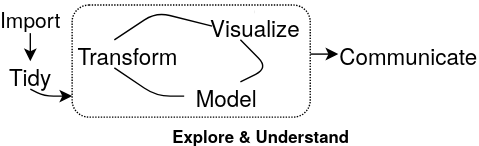
cpsievert/plotly_book keeps this draw.io diagram as docs/images/workflow.svg. Above is the earlier version. Source tidied: cells renumbered, new cells last; positions are measured from the earlier drawing's top-left corner, leaving out a move shared by most shapes. Source of this version:
```xml
<mxGraphModel background="#ffffff">
  <root>
    <mxCell id="0" />
    <mxCell id="1" parent="0" />
    <mxCell id="2" value="&lt;font style=&quot;font-size: 15px&quot;&gt;Import&lt;/font&gt;" style="text;html=1;strokeColor=none;fillColor=none;align=center;verticalAlign=middle;whiteSpace=wrap;rounded=1;shadow=0;glass=0;dashed=1;dashPattern=1 1;fontColor=#000000;fontFamily=Helvetica Neue;" parent="1" vertex="1">
      <mxGeometry width="40" height="20" as="geometry" />
    </mxCell>
    <mxCell id="3" value="&lt;font style=&quot;font-size: 16px&quot;&gt;Tidy&lt;/font&gt;" style="text;html=1;strokeColor=none;fillColor=none;align=center;verticalAlign=middle;whiteSpace=wrap;rounded=1;shadow=0;glass=0;dashed=1;dashPattern=1 1;fontColor=#000000;fontFamily=Helvetica Neue;" parent="1" vertex="1">
      <mxGeometry y="40" width="40" height="20" as="geometry" />
    </mxCell>
    <mxCell id="4" value="&lt;font style=&quot;font-size: 16px&quot;&gt;Transform&lt;/font&gt;" style="text;html=1;strokeColor=none;fillColor=none;align=center;verticalAlign=middle;whiteSpace=wrap;rounded=1;shadow=0;glass=0;dashed=1;dashPattern=1 1;fontColor=#000000;fontFamily=Helvetica Neue;" parent="1" vertex="1">
      <mxGeometry x="70" y="25" width="40" height="20" as="geometry" />
    </mxCell>
    <mxCell id="5" value="&lt;font style=&quot;font-size: 16px&quot;&gt;Visualize&lt;/font&gt;" style="text;html=1;strokeColor=none;fillColor=none;align=center;verticalAlign=middle;whiteSpace=wrap;rounded=1;shadow=0;glass=0;dashed=1;dashPattern=1 1;fontColor=#000000;fontFamily=Helvetica Neue;" parent="1" vertex="1">
      <mxGeometry x="160" y="5" width="40" height="20" as="geometry" />
    </mxCell>
    <mxCell id="6" value="&lt;font style=&quot;font-size: 16px&quot;&gt;Communicate&lt;/font&gt;" style="text;html=1;strokeColor=none;fillColor=none;align=center;verticalAlign=middle;whiteSpace=wrap;rounded=1;shadow=0;glass=0;dashed=1;dashPattern=1 1;fontColor=#000000;direction=south;fontFamily=Helvetica Neue;" parent="1" vertex="1">
      <mxGeometry x="280" y="15" width="20" height="40" as="geometry" />
    </mxCell>
    <mxCell id="7" style="edgeStyle=orthogonalEdgeStyle;rounded=0;html=1;exitX=0.5;exitY=0;entryX=0.5;entryY=0;dashed=1;jettySize=auto;orthogonalLoop=1;strokeColor=#000000;strokeWidth=2;fontColor=#000000;fontFamily=Helvetica Neue;" parent="1" edge="1" source="5" target="5">
      <mxGeometry relative="1" as="geometry" />
    </mxCell>
    <mxCell id="8" value="&lt;font style=&quot;font-size: 16px&quot;&gt;Model&lt;/font&gt;" style="text;html=1;strokeColor=none;fillColor=none;align=center;verticalAlign=middle;whiteSpace=wrap;rounded=1;shadow=0;glass=0;dashed=1;dashPattern=1 1;fontColor=#000000;fontFamily=Helvetica Neue;" parent="1" vertex="1">
      <mxGeometry x="140" y="55" width="40" height="20" as="geometry" />
    </mxCell>
    <mxCell id="9" style="endArrow=classic;html=1;strokeColor=#000000;strokeWidth=1;fontColor=#000000;entryX=0.5;entryY=0;exitX=0.5;exitY=1;fontFamily=Helvetica Neue;" parent="1" edge="1" source="2" target="3">
      <mxGeometry relative="1" as="geometry" />
    </mxCell>
    <mxCell id="10" value="&lt;font&gt;&lt;b&gt;Explore &amp;amp; Understand&lt;/b&gt;&lt;/font&gt;" style="text;html=1;strokeColor=none;fillColor=none;align=center;verticalAlign=middle;whiteSpace=wrap;rounded=1;shadow=0;glass=0;dashed=1;dashPattern=1 1;fontColor=#000000;direction=south;fontFamily=Helvetica Neue;" parent="1" vertex="1">
      <mxGeometry x="110" y="85" width="150" height="15" as="geometry" />
    </mxCell>
    <mxCell id="11" style="endArrow=none;html=1;strokeColor=#000000;strokeWidth=1;fontColor=#000000;exitX=0.25;exitY=0;endFill=0;fontFamily=Helvetica Neue;" parent="1" edge="1" source="4">
      <mxGeometry relative="1" as="geometry">
        <mxPoint x="150" y="15" as="targetPoint" />
        <Array as="points">
          <mxPoint x="110" y="5" />
        </Array>
      </mxGeometry>
    </mxCell>
    <mxCell id="12" style="endArrow=none;html=1;strokeColor=#000000;strokeWidth=1;fontColor=#000000;entryX=0.25;entryY=1;endFill=0;fontFamily=Helvetica Neue;" parent="1" edge="1" target="4">
      <mxGeometry x="100" y="35" as="geometry">
        <mxPoint x="130" y="65" as="sourcePoint" />
        <Array as="points">
          <mxPoint x="110" y="65" />
        </Array>
      </mxGeometry>
    </mxCell>
    <mxCell id="13" style="endArrow=none;html=1;strokeColor=#000000;strokeWidth=1;fontColor=#000000;exitX=0.25;exitY=1;entryX=0.75;entryY=0;endFill=0;fontFamily=Helvetica Neue;" parent="1" edge="1" source="5" target="8">
      <mxGeometry x="110" y="45" as="geometry">
        <Array as="points">
          <mxPoint x="190" y="45" />
        </Array>
      </mxGeometry>
    </mxCell>
    <mxCell id="14" style="endArrow=classic;html=1;strokeColor=#000000;strokeWidth=1;fontColor=#000000;exitX=0.5;exitY=1;fontFamily=Helvetica Neue;" parent="1" edge="1" source="3">
      <mxGeometry relative="1" as="geometry">
        <mxPoint x="50" y="65" as="targetPoint" />
        <Array as="points">
          <mxPoint x="30" y="65" />
        </Array>
      </mxGeometry>
    </mxCell>
    <mxCell id="15" style="endArrow=classic;html=1;strokeColor=#000000;strokeWidth=1;fontColor=#000000;exitX=1;exitY=0.5;fontFamily=Helvetica Neue;" parent="1" edge="1">
      <mxGeometry x="40" y="45" as="geometry">
        <mxPoint x="220" y="35" as="sourcePoint" />
        <mxPoint x="240" y="35" as="targetPoint" />
      </mxGeometry>
    </mxCell>
    <mxCell id="16" style="rounded=1;whiteSpace=wrap;html=1;shadow=0;glass=0;dashed=1;dashPattern=1 1;strokeColor=#000000;strokeWidth=1;fillColor=none;gradientColor=none;fontColor=#000000;fontFamily=Helvetica Neue;" parent="1" vertex="1">
      <mxGeometry x="50" width="170" height="80" as="geometry" />
    </mxCell>
  </root>
</mxGraphModel>
```
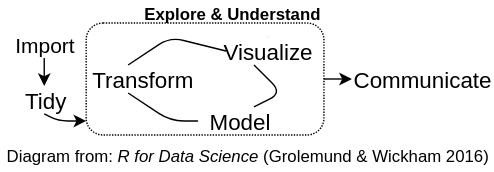
Later version of the same file.

Diff of the diagram source:
```diff
@@ -2,34 +2,34 @@
   <root>
     <mxCell id="0" />
     <mxCell id="1" parent="0" />
-    <mxCell id="2" value="&lt;font style=&quot;font-size: 15px&quot;&gt;Import&lt;/font&gt;" style="text;html=1;strokeColor=none;fillColor=none;align=center;verticalAlign=middle;whiteSpace=wrap;rounded=1;shadow=0;glass=0;dashed=1;dashPattern=1 1;fontColor=#000000;fontFamily=Helvetica Neue;" parent="1" vertex="1">
+    <mxCell id="2" value="&lt;font color=&quot;#000000&quot; style=&quot;font-size: 15px&quot;&gt;Import&lt;/font&gt;" style="text;html=1;strokeColor=none;fillColor=none;align=center;verticalAlign=middle;whiteSpace=wrap;rounded=1;shadow=0;glass=0;dashed=1;dashPattern=1 1;fontColor=#FF2A12;" parent="1" vertex="1">
       <mxGeometry width="40" height="20" as="geometry" />
     </mxCell>
-    <mxCell id="3" value="&lt;font style=&quot;font-size: 16px&quot;&gt;Tidy&lt;/font&gt;" style="text;html=1;strokeColor=none;fillColor=none;align=center;verticalAlign=middle;whiteSpace=wrap;rounded=1;shadow=0;glass=0;dashed=1;dashPattern=1 1;fontColor=#000000;fontFamily=Helvetica Neue;" parent="1" vertex="1">
+    <mxCell id="3" value="&lt;font color=&quot;#000000&quot; style=&quot;font-size: 16px&quot;&gt;Tidy&lt;/font&gt;" style="text;html=1;strokeColor=none;fillColor=none;align=center;verticalAlign=middle;whiteSpace=wrap;rounded=1;shadow=0;glass=0;dashed=1;dashPattern=1 1;fontColor=#FF2A12;" parent="1" vertex="1">
       <mxGeometry y="40" width="40" height="20" as="geometry" />
     </mxCell>
-    <mxCell id="4" value="&lt;font style=&quot;font-size: 16px&quot;&gt;Transform&lt;/font&gt;" style="text;html=1;strokeColor=none;fillColor=none;align=center;verticalAlign=middle;whiteSpace=wrap;rounded=1;shadow=0;glass=0;dashed=1;dashPattern=1 1;fontColor=#000000;fontFamily=Helvetica Neue;" parent="1" vertex="1">
+    <mxCell id="4" value="&lt;font color=&quot;#000000&quot; style=&quot;font-size: 16px&quot;&gt;Transform&lt;/font&gt;" style="text;html=1;strokeColor=none;fillColor=none;align=center;verticalAlign=middle;whiteSpace=wrap;rounded=1;shadow=0;glass=0;dashed=1;dashPattern=1 1;fontColor=#FF2A12;" parent="1" vertex="1">
       <mxGeometry x="70" y="25" width="40" height="20" as="geometry" />
     </mxCell>
-    <mxCell id="5" value="&lt;font style=&quot;font-size: 16px&quot;&gt;Visualize&lt;/font&gt;" style="text;html=1;strokeColor=none;fillColor=none;align=center;verticalAlign=middle;whiteSpace=wrap;rounded=1;shadow=0;glass=0;dashed=1;dashPattern=1 1;fontColor=#000000;fontFamily=Helvetica Neue;" parent="1" vertex="1">
+    <mxCell id="5" value="&lt;font color=&quot;#000000&quot; style=&quot;font-size: 16px&quot;&gt;Visualize&lt;/font&gt;" style="text;html=1;strokeColor=none;fillColor=none;align=center;verticalAlign=middle;whiteSpace=wrap;rounded=1;shadow=0;glass=0;dashed=1;dashPattern=1 1;fontColor=#FF2A12;" parent="1" vertex="1">
       <mxGeometry x="160" y="5" width="40" height="20" as="geometry" />
     </mxCell>
-    <mxCell id="6" value="&lt;font style=&quot;font-size: 16px&quot;&gt;Communicate&lt;/font&gt;" style="text;html=1;strokeColor=none;fillColor=none;align=center;verticalAlign=middle;whiteSpace=wrap;rounded=1;shadow=0;glass=0;dashed=1;dashPattern=1 1;fontColor=#000000;direction=south;fontFamily=Helvetica Neue;" parent="1" vertex="1">
+    <mxCell id="6" value="&lt;font color=&quot;#000000&quot; style=&quot;font-size: 16px&quot;&gt;Communicate&lt;/font&gt;" style="text;html=1;strokeColor=none;fillColor=none;align=center;verticalAlign=middle;whiteSpace=wrap;rounded=1;shadow=0;glass=0;dashed=1;dashPattern=1 1;fontColor=#FF2A12;direction=south;" parent="1" vertex="1">
       <mxGeometry x="280" y="15" width="20" height="40" as="geometry" />
     </mxCell>
-    <mxCell id="7" style="edgeStyle=orthogonalEdgeStyle;rounded=0;html=1;exitX=0.5;exitY=0;entryX=0.5;entryY=0;dashed=1;jettySize=auto;orthogonalLoop=1;strokeColor=#000000;strokeWidth=2;fontColor=#000000;fontFamily=Helvetica Neue;" parent="1" edge="1" source="5" target="5">
+    <mxCell id="7" style="edgeStyle=orthogonalEdgeStyle;rounded=0;html=1;exitX=0.5;exitY=0;entryX=0.5;entryY=0;dashed=1;jettySize=auto;orthogonalLoop=1;strokeColor=#000000;strokeWidth=2;fontColor=#FF2A12;" parent="1" edge="1" source="5" target="5">
       <mxGeometry relative="1" as="geometry" />
     </mxCell>
-    <mxCell id="8" value="&lt;font style=&quot;font-size: 16px&quot;&gt;Model&lt;/font&gt;" style="text;html=1;strokeColor=none;fillColor=none;align=center;verticalAlign=middle;whiteSpace=wrap;rounded=1;shadow=0;glass=0;dashed=1;dashPattern=1 1;fontColor=#000000;fontFamily=Helvetica Neue;" parent="1" vertex="1">
+    <mxCell id="8" value="&lt;font color=&quot;#000000&quot; style=&quot;font-size: 16px&quot;&gt;Model&lt;/font&gt;" style="text;html=1;strokeColor=none;fillColor=none;align=center;verticalAlign=middle;whiteSpace=wrap;rounded=1;shadow=0;glass=0;dashed=1;dashPattern=1 1;fontColor=#FF2A12;" parent="1" vertex="1">
       <mxGeometry x="140" y="55" width="40" height="20" as="geometry" />
     </mxCell>
-    <mxCell id="9" style="endArrow=classic;html=1;strokeColor=#000000;strokeWidth=1;fontColor=#000000;entryX=0.5;entryY=0;exitX=0.5;exitY=1;fontFamily=Helvetica Neue;" parent="1" edge="1" source="2" target="3">
+    <mxCell id="9" style="endArrow=classic;html=1;strokeColor=#000000;strokeWidth=1;fontColor=#FF2A12;entryX=0.5;entryY=0;exitX=0.5;exitY=1;" parent="1" edge="1" source="2" target="3">
       <mxGeometry relative="1" as="geometry" />
     </mxCell>
-    <mxCell id="10" value="&lt;font&gt;&lt;b&gt;Explore &amp;amp; Understand&lt;/b&gt;&lt;/font&gt;" style="text;html=1;strokeColor=none;fillColor=none;align=center;verticalAlign=middle;whiteSpace=wrap;rounded=1;shadow=0;glass=0;dashed=1;dashPattern=1 1;fontColor=#000000;direction=south;fontFamily=Helvetica Neue;" parent="1" vertex="1">
-      <mxGeometry x="110" y="85" width="150" height="15" as="geometry" />
+    <mxCell id="10" value="&lt;font color=&quot;#000000&quot;&gt;&lt;b&gt;Explore &amp;amp; Understand&lt;/b&gt;&lt;/font&gt;" style="text;html=1;strokeColor=none;fillColor=none;align=center;verticalAlign=middle;whiteSpace=wrap;rounded=1;shadow=0;glass=0;dashed=1;dashPattern=1 1;fontColor=#FF2A12;direction=south;" parent="1" vertex="1">
+      <mxGeometry x="80" y="-20" width="150" height="15" as="geometry" />
     </mxCell>
-    <mxCell id="11" style="endArrow=none;html=1;strokeColor=#000000;strokeWidth=1;fontColor=#000000;exitX=0.25;exitY=0;endFill=0;fontFamily=Helvetica Neue;" parent="1" edge="1" source="4">
+    <mxCell id="11" style="endArrow=none;html=1;strokeColor=#000000;strokeWidth=1;fontColor=#FF2A12;exitX=0.25;exitY=0;endFill=0;" parent="1" edge="1" source="4">
       <mxGeometry relative="1" as="geometry">
         <mxPoint x="150" y="15" as="targetPoint" />
         <Array as="points">
@@ -37,7 +37,7 @@
         </Array>
       </mxGeometry>
     </mxCell>
-    <mxCell id="12" style="endArrow=none;html=1;strokeColor=#000000;strokeWidth=1;fontColor=#000000;entryX=0.25;entryY=1;endFill=0;fontFamily=Helvetica Neue;" parent="1" edge="1" target="4">
+    <mxCell id="12" style="endArrow=none;html=1;strokeColor=#000000;strokeWidth=1;fontColor=#FF2A12;entryX=0.25;entryY=1;endFill=0;" parent="1" edge="1" target="4">
       <mxGeometry x="100" y="35" as="geometry">
         <mxPoint x="130" y="65" as="sourcePoint" />
         <Array as="points">
@@ -45,14 +45,14 @@
         </Array>
       </mxGeometry>
     </mxCell>
-    <mxCell id="13" style="endArrow=none;html=1;strokeColor=#000000;strokeWidth=1;fontColor=#000000;exitX=0.25;exitY=1;entryX=0.75;entryY=0;endFill=0;fontFamily=Helvetica Neue;" parent="1" edge="1" source="5" target="8">
+    <mxCell id="13" style="endArrow=none;html=1;strokeColor=#000000;strokeWidth=1;fontColor=#FF2A12;exitX=0.25;exitY=1;entryX=0.75;entryY=0;endFill=0;" parent="1" edge="1" source="5" target="8">
       <mxGeometry x="110" y="45" as="geometry">
         <Array as="points">
           <mxPoint x="190" y="45" />
         </Array>
       </mxGeometry>
     </mxCell>
-    <mxCell id="14" style="endArrow=classic;html=1;strokeColor=#000000;strokeWidth=1;fontColor=#000000;exitX=0.5;exitY=1;fontFamily=Helvetica Neue;" parent="1" edge="1" source="3">
+    <mxCell id="14" style="endArrow=classic;html=1;strokeColor=#000000;strokeWidth=1;fontColor=#FF2A12;exitX=0.5;exitY=1;" parent="1" edge="1" source="3">
       <mxGeometry relative="1" as="geometry">
         <mxPoint x="50" y="65" as="targetPoint" />
         <Array as="points">
@@ -60,14 +60,17 @@
         </Array>
       </mxGeometry>
     </mxCell>
-    <mxCell id="15" style="endArrow=classic;html=1;strokeColor=#000000;strokeWidth=1;fontColor=#000000;exitX=1;exitY=0.5;fontFamily=Helvetica Neue;" parent="1" edge="1">
+    <mxCell id="15" style="endArrow=classic;html=1;strokeColor=#000000;strokeWidth=1;fontColor=#FF2A12;exitX=1;exitY=0.5;" parent="1" edge="1">
       <mxGeometry x="40" y="45" as="geometry">
         <mxPoint x="220" y="35" as="sourcePoint" />
         <mxPoint x="240" y="35" as="targetPoint" />
       </mxGeometry>
     </mxCell>
-    <mxCell id="16" style="rounded=1;whiteSpace=wrap;html=1;shadow=0;glass=0;dashed=1;dashPattern=1 1;strokeColor=#000000;strokeWidth=1;fillColor=none;gradientColor=none;fontColor=#000000;fontFamily=Helvetica Neue;" parent="1" vertex="1">
-      <mxGeometry x="50" width="170" height="80" as="geometry" />
+    <mxCell id="16" style="rounded=1;whiteSpace=wrap;html=1;shadow=0;glass=0;dashed=1;dashPattern=1 1;strokeColor=#000000;strokeWidth=1;fillColor=none;gradientColor=none;fontColor=#FF2A12;" parent="1" vertex="1">
+      <mxGeometry x="50" y="-5" width="170" height="80" as="geometry" />
     </mxCell>
+    <mxCell id="17" value="&lt;font color=&quot;#000000&quot;&gt;Diagram from:&amp;nbsp;&lt;i&gt;R for Data Science&lt;/i&gt; (&lt;span&gt;Grolemund &amp;amp; Wickham 2016)&lt;/span&gt;&lt;/font&gt;" style="text;html=1;strokeColor=none;fillColor=none;align=center;verticalAlign=middle;whiteSpace=wrap;rounded=1;shadow=0;glass=0;dashed=1;dashPattern=1 1;fontColor=#FF2A12;" parent="1" vertex="1">
+      <mxGeometry x="-10" y="80" width="350" height="20" as="geometry" />
+    </mxCell>
   </root>
 </mxGraphModel>
```
